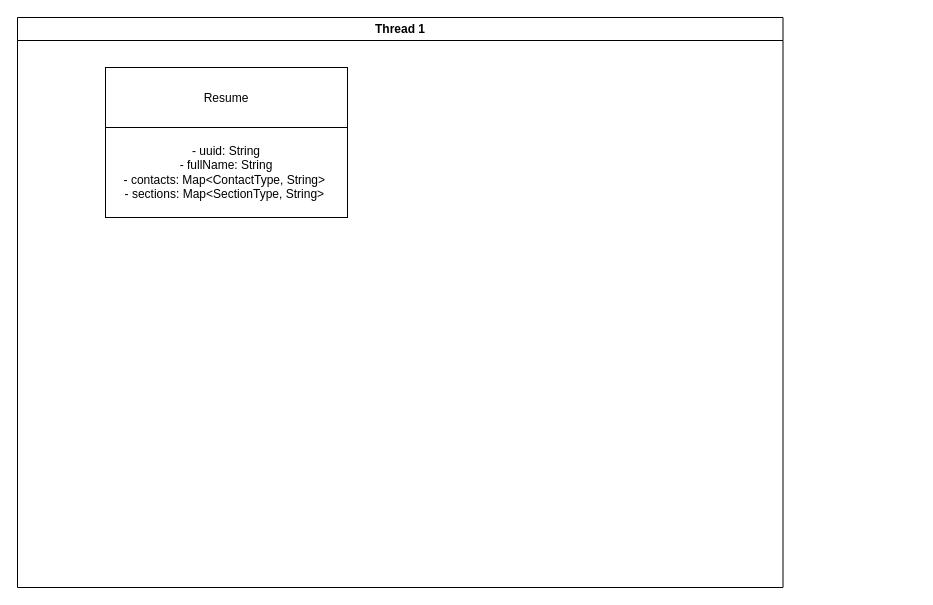
This is umlResume.drawio from Ilya547/resume_database, a draw.io file, before an edit. Source tidied: cells renumbered, new cells numbered last; positions are measured from the earlier drawing's top-left corner, leaving out a move shared by most shapes. Both pictures are drawn from the tidied source at 100%, with x=0, y=0 at pixel (17, 17).
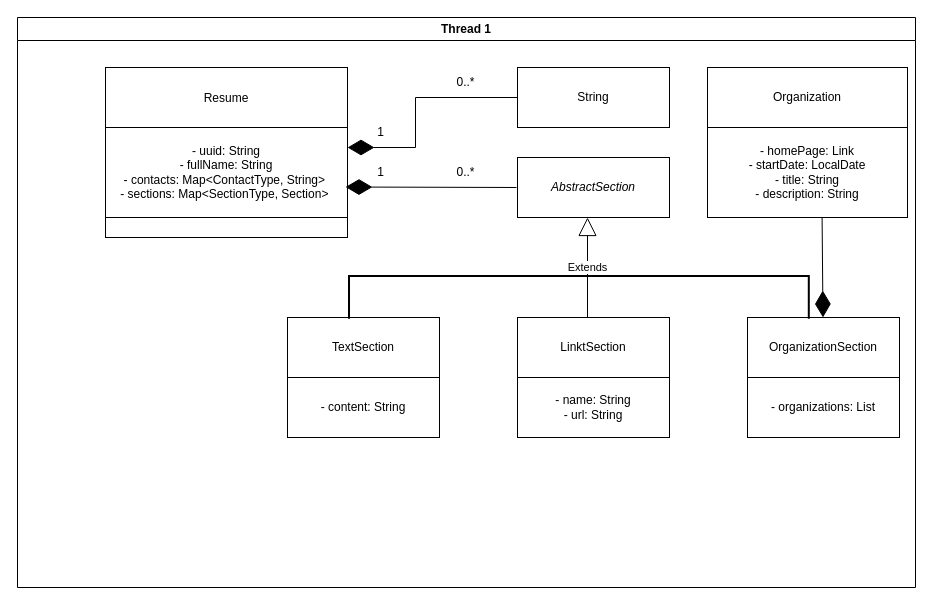
The same diagram, later.

Change to the diagram source:
```diff
@@
     <mxCell id="2" value="Thread 1" style="swimlane;whiteSpace=wrap;" parent="1" vertex="1">
-      <mxGeometry width="765.5" height="570" as="geometry" />
+      <mxGeometry width="898" height="570" as="geometry" />
     </mxCell>
@@
-    <mxCell id="4" value="- uuid: String&lt;br&gt;- fullName: String&lt;br&gt;&lt;span style=&quot;background-color: initial;&quot;&gt;- contacts:&amp;nbsp;&lt;/span&gt;Map&amp;lt;ContactType, String&amp;gt;&amp;nbsp;&lt;span style=&quot;background-color: initial;&quot;&gt;&lt;br&gt;&lt;/span&gt;&lt;span style=&quot;background-color: initial;&quot;&gt;- sections:&amp;nbsp;&lt;/span&gt;Map&amp;lt;SectionType, String&amp;gt;&amp;nbsp;&lt;span style=&quot;background-color: initial;&quot;&gt;&lt;br&gt;&lt;/span&gt;" style="rounded=0;whiteSpace=wrap;html=1;fontStyle=0;startSize=23;" parent="2" vertex="1">
+    <mxCell id="4" value="- uuid: String&lt;br&gt;- fullName: String&lt;br&gt;&lt;span style=&quot;background-color: initial;&quot;&gt;- contacts:&amp;nbsp;&lt;/span&gt;Map&amp;lt;ContactType, String&amp;gt;&amp;nbsp;&lt;span style=&quot;background-color: initial;&quot;&gt;&lt;br&gt;&lt;/span&gt;&lt;span style=&quot;background-color: initial;&quot;&gt;- sections:&amp;nbsp;&lt;/span&gt;Map&amp;lt;SectionType, Section&amp;gt;&amp;nbsp;&lt;span style=&quot;background-color: initial;&quot;&gt;&lt;br&gt;&lt;/span&gt;" style="rounded=0;whiteSpace=wrap;html=1;fontStyle=0;startSize=23;" parent="2" vertex="1">
       <mxGeometry x="88" y="110" width="242" height="90" as="geometry" />
     </mxCell>
+    <mxCell id="5" style="endArrow=diamondThin;endFill=1;endSize=24;html=1;rounded=0;" parent="2" edge="1">
+      <mxGeometry relative="1" as="geometry">
+        <mxPoint x="398" y="130" as="sourcePoint" />
+        <mxPoint x="330" y="130" as="targetPoint" />
+      </mxGeometry>
+    </mxCell>
+    <mxCell id="6" style="endArrow=diamondThin;endFill=1;endSize=24;html=1;rounded=0;exitX=-0.007;exitY=0.5;exitDx=0;exitDy=0;exitPerimeter=0;" parent="2" edge="1" source="9">
+      <mxGeometry relative="1" as="geometry">
+        <mxPoint x="328" y="169.5" as="targetPoint" />
+      </mxGeometry>
+    </mxCell>
+    <mxCell id="7" style="rounded=0;whiteSpace=wrap;html=1;" parent="2" vertex="1">
+      <mxGeometry x="88" y="200" width="242" height="20" as="geometry" />
+    </mxCell>
+    <mxCell id="8" value="String" style="rounded=0;whiteSpace=wrap;html=1;" parent="2" vertex="1">
+      <mxGeometry x="500" y="50" width="152" height="60" as="geometry" />
+    </mxCell>
+    <mxCell id="9" value="AbstractSection" style="rounded=0;whiteSpace=wrap;html=1;fontStyle=2;" parent="2" vertex="1">
+      <mxGeometry x="500" y="140" width="152" height="60" as="geometry" />
+    </mxCell>
+    <mxCell id="10" style="endArrow=none;html=1;rounded=0;entryX=0;entryY=0.5;entryDx=0;entryDy=0;" parent="2" edge="1" target="8">
+      <mxGeometry relative="1" as="geometry">
+        <mxPoint x="398" y="80" as="sourcePoint" />
+      </mxGeometry>
+    </mxCell>
+    <mxCell id="11" style="endArrow=none;html=1;rounded=0;" parent="2" edge="1">
+      <mxGeometry relative="1" as="geometry">
+        <mxPoint x="398" y="80" as="sourcePoint" />
+        <mxPoint x="398" y="130" as="targetPoint" />
+      </mxGeometry>
+    </mxCell>
+    <mxCell id="12" value="1" style="text;html=1;align=center;verticalAlign=middle;strokeColor=none;fillColor=none;" parent="2" vertex="1">
+      <mxGeometry x="348" y="140" width="30" height="30" as="geometry" />
+    </mxCell>
+    <mxCell id="13" value="1" style="text;html=1;align=center;verticalAlign=middle;strokeColor=none;fillColor=none;" parent="2" vertex="1">
+      <mxGeometry x="348" y="100" width="30" height="30" as="geometry" />
+    </mxCell>
+    <mxCell id="14" value="0..*" style="text;html=1;align=center;verticalAlign=middle;strokeColor=none;fillColor=none;" parent="2" vertex="1">
+      <mxGeometry x="428" y="140" width="40" height="30" as="geometry" />
+    </mxCell>
+    <mxCell id="15" value="0..*" style="text;html=1;align=center;verticalAlign=middle;strokeColor=none;fillColor=none;" parent="2" vertex="1">
+      <mxGeometry x="428" y="50" width="40" height="30" as="geometry" />
+    </mxCell>
+    <mxCell id="16" value="TextSection" style="rounded=0;whiteSpace=wrap;html=1;" parent="2" vertex="1">
+      <mxGeometry x="270" y="300" width="152" height="60" as="geometry" />
+    </mxCell>
+    <mxCell id="17" value="OrganizationSection" style="rounded=0;whiteSpace=wrap;html=1;" parent="2" vertex="1">
+      <mxGeometry x="730" y="300" width="152" height="60" as="geometry" />
+    </mxCell>
+    <mxCell id="18" value="LinktSection" style="rounded=0;whiteSpace=wrap;html=1;" parent="2" vertex="1">
+      <mxGeometry x="500" y="300" width="152" height="60" as="geometry" />
+    </mxCell>
+    <mxCell id="19" style="strokeWidth=2;html=1;shape=mxgraph.flowchart.annotation_1;align=left;rotation=90;" parent="2" vertex="1">
+      <mxGeometry x="540" y="50" width="42.8" height="459.8" as="geometry" />
+    </mxCell>
+    <mxCell id="20" value="Extends" style="endArrow=block;endSize=16;endFill=0;html=1;rounded=0;" parent="2" edge="1">
+      <mxGeometry relative="1" as="geometry">
+        <mxPoint x="570" y="300" as="sourcePoint" />
+        <mxPoint x="570" y="200" as="targetPoint" />
+      </mxGeometry>
+    </mxCell>
+    <mxCell id="21" value="- content: String" style="rounded=0;whiteSpace=wrap;html=1;" parent="2" vertex="1">
+      <mxGeometry x="270" y="360" width="152" height="60" as="geometry" />
+    </mxCell>
+    <mxCell id="22" value="- organizations: List" style="rounded=0;whiteSpace=wrap;html=1;" parent="2" vertex="1">
+      <mxGeometry x="730" y="360" width="152" height="60" as="geometry" />
+    </mxCell>
+    <mxCell id="23" value="- name: String&lt;br&gt;- url: String" style="rounded=0;whiteSpace=wrap;html=1;" parent="2" vertex="1">
+      <mxGeometry x="500" y="360" width="152" height="60" as="geometry" />
+    </mxCell>
+    <mxCell id="24" style="endArrow=diamondThin;endFill=1;endSize=24;html=1;rounded=0;exitX=0.573;exitY=1.006;exitDx=0;exitDy=0;exitPerimeter=0;" parent="2" edge="1" source="26">
+      <mxGeometry relative="1" as="geometry">
+        <mxPoint x="805.5" y="300" as="targetPoint" />
+      </mxGeometry>
+    </mxCell>
+    <mxCell id="25" value="Organization" style="rounded=0;whiteSpace=wrap;html=1;" parent="2" vertex="1">
+      <mxGeometry x="690" y="50" width="200" height="60" as="geometry" />
+    </mxCell>
+    <mxCell id="26" value="- homePage: Link&lt;br&gt;- startDate: LocalDate&lt;br&gt;- title: String&lt;br&gt;- description: String" style="rounded=0;whiteSpace=wrap;html=1;" parent="2" vertex="1">
+      <mxGeometry x="690" y="110" width="200" height="90" as="geometry" />
+    </mxCell>
```
